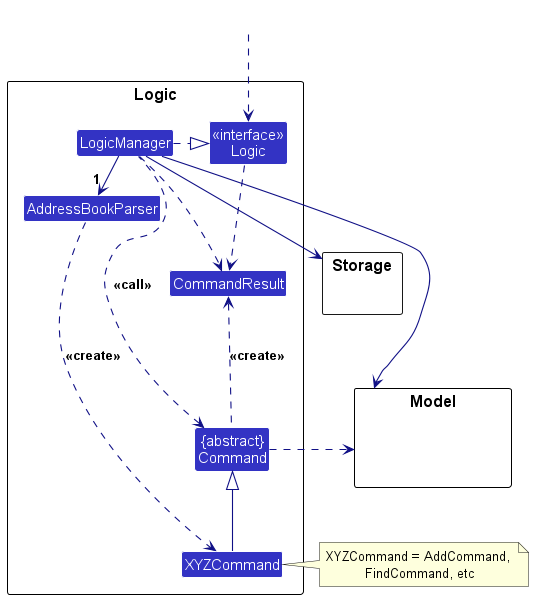
Earlier version of the PlantUML export docs/images/LogicClassDiagram.png (nus-cs2103-AY2425S1/tp).
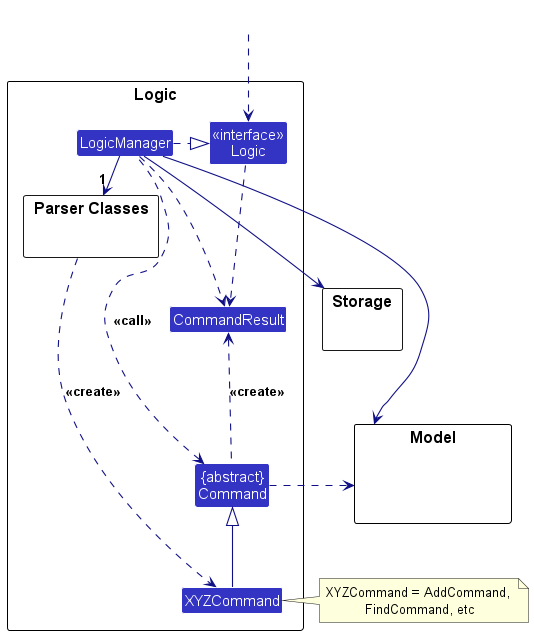
After the change.

Commit message:
DG Logic class diagram: Show Parser classes as a box

The addressBookParser class in the Logic class diagram actually
represents a cluster of classes deadling with parsing.

Let's show it as a box (like a pacakge) named 'Parser Classes'
so that it is clear that there are multiple classes involved.

Diff of the diagram source:
```diff
@@ -6,7 +6,8 @@
 
 package Logic as LogicPackage {
 
-Class AddressBookParser
+package "Parser Classes" as ParserClasses{
+}
 Class XYZCommand
 Class CommandResult
 Class "{abstract}\nCommand" as Command
@@ -27,8 +28,8 @@
 HiddenOutside ..> Logic
 
 LogicManager .right.|> Logic
-LogicManager -right->"1" AddressBookParser
-AddressBookParser ..> XYZCommand : <<create>>
+LogicManager -right->"1" ParserClasses
+ParserClasses ..> XYZCommand : <<create>>
 
 XYZCommand -up-|> Command
 LogicManager .left.> Command : <<call>>
```
